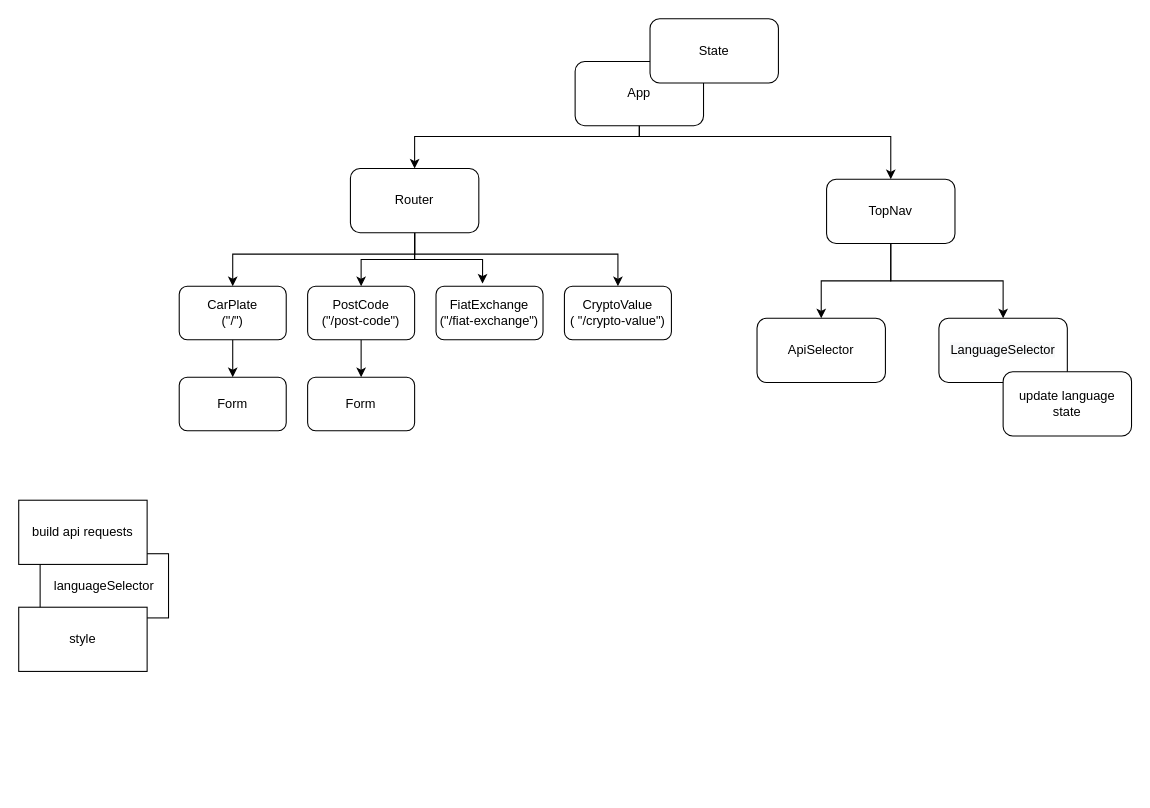
Above: page "Page-1" (1 of 2) of Untitled Diagram.drawio in juanbarbera/diagrams (draw.io), before the change. Source tidied: cells renumbered, new cells numbered last; positions are measured from the earlier drawing's top-left corner, leaving out a move shared by most shapes. Both pictures are drawn from the tidied source at 107%, with x=0, y=0 at pixel (18, 18).
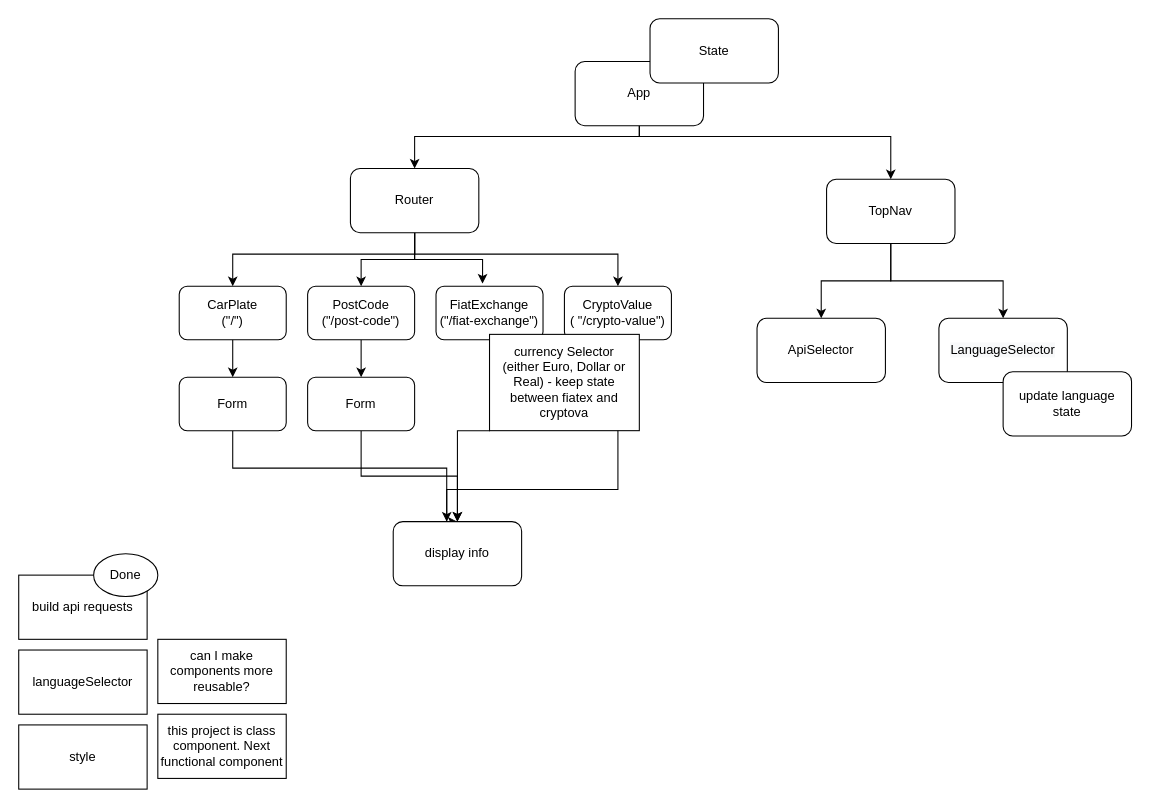
The same diagram, later.

The change refers to these unchanged cells:
```xml
<mxCell id="17" value="CryptoValue&lt;br&gt;( &quot;/crypto-value&quot;)" style="rounded=1;whiteSpace=wrap;html=1;" parent="1" vertex="1">
  <mxGeometry x="510" y="250" width="100" height="50" as="geometry" />
</mxCell>
<mxCell id="18" value="FiatExchange&lt;br&gt;(&quot;/fiat-exchange&quot;)" style="rounded=1;whiteSpace=wrap;html=1;" parent="1" vertex="1">
  <mxGeometry x="390" y="250" width="100" height="50" as="geometry" />
</mxCell>
<mxCell id="27" value="Form" style="rounded=1;whiteSpace=wrap;html=1;" parent="1" vertex="1">
  <mxGeometry x="150" y="335" width="100" height="50" as="geometry" />
</mxCell>
<mxCell id="28" value="Form" style="rounded=1;whiteSpace=wrap;html=1;" parent="1" vertex="1">
  <mxGeometry x="270" y="335" width="100" height="50" as="geometry" />
</mxCell>
```

The edit, as a diff of the source:
```diff
@@
+    <mxCell id="29" style="edgeStyle=orthogonalEdgeStyle;rounded=0;jettySize=auto;html=1;" parent="1" edge="1" source="17" target="35">
+      <mxGeometry relative="1" as="geometry">
+        <Array as="points">
+          <mxPoint x="560" y="440" />
+          <mxPoint x="400" y="440" />
+        </Array>
+      </mxGeometry>
+    </mxCell>
@@
+    <mxCell id="30" style="edgeStyle=orthogonalEdgeStyle;rounded=0;jettySize=auto;html=1;entryX=0.5;entryY=0;entryDx=0;entryDy=0;" parent="1" edge="1" source="18" target="35">
+      <mxGeometry relative="1" as="geometry" />
+    </mxCell>
@@
     <mxCell id="24" value="languageSelector" style="rounded=0;whiteSpace=wrap;html=1;" parent="1" vertex="1">
-      <mxGeometry x="20" y="500" width="120" height="60" as="geometry" />
+      <mxGeometry y="590" width="120" height="60" as="geometry" />
     </mxCell>
     <mxCell id="25" value="build api requests" style="rounded=0;whiteSpace=wrap;html=1;" parent="1" vertex="1">
-      <mxGeometry y="450" width="120" height="60" as="geometry" />
+      <mxGeometry y="520" width="120" height="60" as="geometry" />
     </mxCell>
     <mxCell id="26" value="style" style="rounded=0;whiteSpace=wrap;html=1;" parent="1" vertex="1">
-      <mxGeometry y="550" width="120" height="60" as="geometry" />
+      <mxGeometry y="660" width="120" height="60" as="geometry" />
     </mxCell>
+    <mxCell id="31" style="edgeStyle=orthogonalEdgeStyle;rounded=0;jettySize=auto;html=1;entryX=0.5;entryY=0;entryDx=0;entryDy=0;" parent="1" edge="1" source="27" target="35">
+      <mxGeometry relative="1" as="geometry">
+        <Array as="points">
+          <mxPoint x="200" y="420" />
+          <mxPoint x="400" y="420" />
+        </Array>
+      </mxGeometry>
+    </mxCell>
@@
+    <mxCell id="32" style="edgeStyle=orthogonalEdgeStyle;rounded=0;jettySize=auto;html=1;entryX=0.5;entryY=0;entryDx=0;entryDy=0;" parent="1" edge="1" source="28" target="35">
+      <mxGeometry relative="1" as="geometry" />
+    </mxCell>
@@
+    <mxCell id="33" value="can I make components more reusable?" style="rounded=0;whiteSpace=wrap;html=1;" parent="1" vertex="1">
+      <mxGeometry x="130" y="580" width="120" height="60" as="geometry" />
+    </mxCell>
+    <mxCell id="34" value="this project is class component. Next functional component" style="rounded=0;whiteSpace=wrap;html=1;" parent="1" vertex="1">
+      <mxGeometry x="130" y="650" width="120" height="60" as="geometry" />
+    </mxCell>
+    <mxCell id="35" value="display info" style="rounded=1;whiteSpace=wrap;html=1;" parent="1" vertex="1">
+      <mxGeometry x="350" y="470" width="120" height="60" as="geometry" />
+    </mxCell>
+    <mxCell id="36" value="currency Selector&lt;br&gt;(either Euro, Dollar or Real) - keep state between fiatex and cryptova" style="rounded=0;whiteSpace=wrap;html=1;" parent="1" vertex="1">
+      <mxGeometry x="440" y="295" width="140" height="90" as="geometry" />
+    </mxCell>
+    <mxCell id="37" value="Done" style="ellipse;whiteSpace=wrap;html=1;" parent="1" vertex="1">
+      <mxGeometry x="70" y="500" width="60" height="40" as="geometry" />
+    </mxCell>
```
